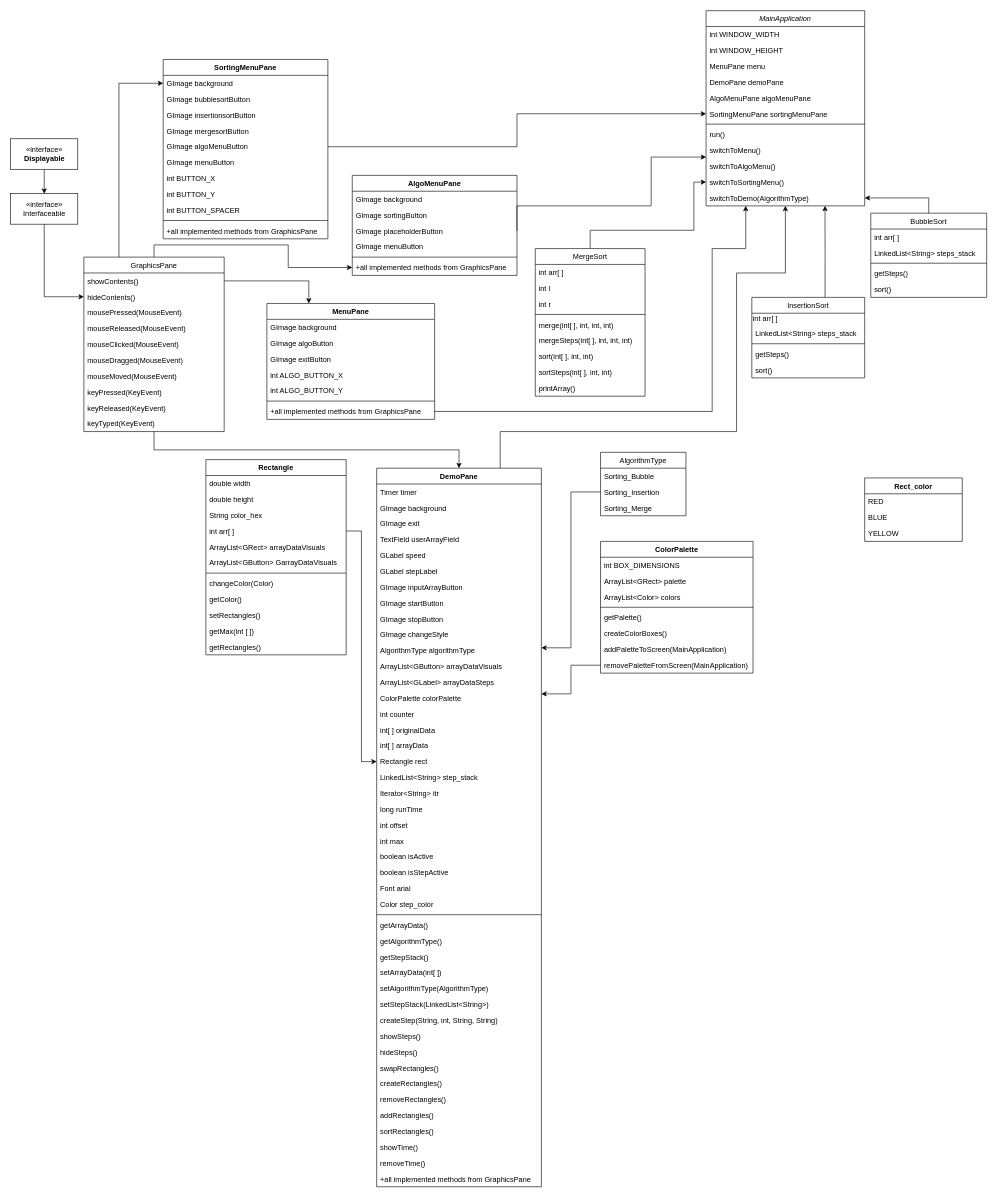
Prot0ast/Repository-Name keeps this draw.io diagram as Final Project - Class Diagram.drawio. Above is the earlier version. Source tidied: cells renumbered, new cells numbered last; positions are measured from the earlier drawing's top-left corner, leaving out a move shared by most shapes. Both pictures are drawn from the tidied source at 61%, with x=0, y=0 at pixel (10, 10).
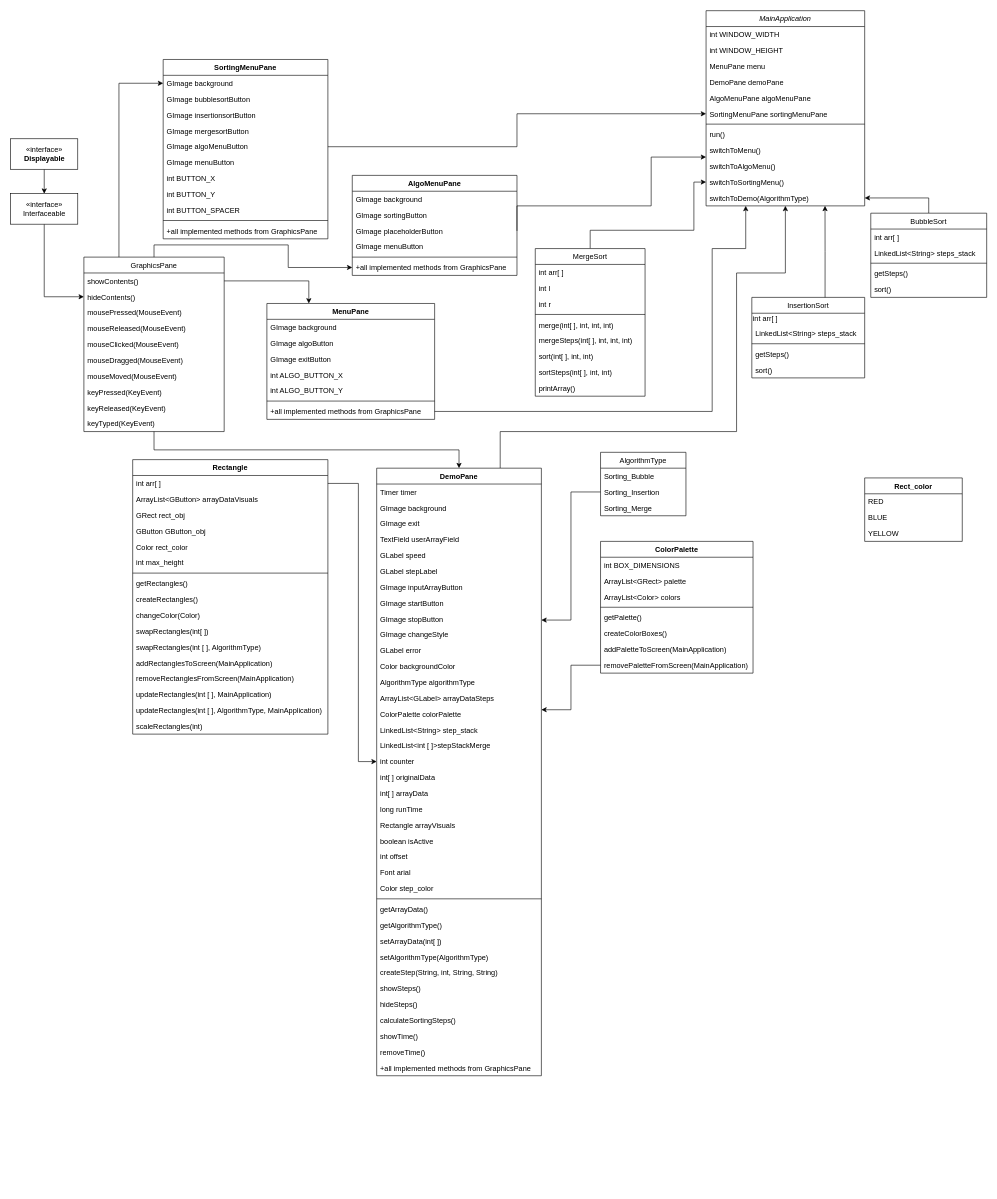
The same diagram, later.

The edit, as a diff of the source:
```diff
@@
     <mxCell id="54" value="Rectangle" style="swimlane;fontStyle=1;align=center;verticalAlign=top;horizontal=1;startSize=26;" parent="1" vertex="1">
-      <mxGeometry x="320" y="736" width="230" height="320" as="geometry" />
+      <mxGeometry x="200" y="736" width="320" height="450" as="geometry" />
     </mxCell>
-    <mxCell id="55" value="double width" style="text;strokeColor=none;fillColor=none;align=left;verticalAlign=top;spacingLeft=4;spacingRight=4;overflow=hidden;" parent="54" vertex="1">
-      <mxGeometry y="26" width="230" height="26" as="geometry" />
-    </mxCell>
-    <mxCell id="56" value="double height" style="text;strokeColor=none;fillColor=none;align=left;verticalAlign=top;spacingLeft=4;spacingRight=4;overflow=hidden;" parent="54" vertex="1">
-      <mxGeometry y="52" width="230" height="26" as="geometry" />
-    </mxCell>
-    <mxCell id="57" value="String color_hex" style="text;strokeColor=none;fillColor=none;align=left;verticalAlign=top;spacingLeft=4;spacingRight=4;overflow=hidden;" parent="54" vertex="1">
-      <mxGeometry y="78" width="230" height="26" as="geometry" />
-    </mxCell>
     <mxCell id="58" value="int arr[ ]" style="text;strokeColor=none;fillColor=none;align=left;verticalAlign=top;spacingLeft=4;spacingRight=4;overflow=hidden;points=[[0,0.5],[1,0.5]];portConstraint=eastwest;" parent="54" vertex="1">
-      <mxGeometry y="104" width="230" height="26" as="geometry" />
+      <mxGeometry y="26" width="320" height="26" as="geometry" />
     </mxCell>
-    <mxCell id="59" value="ArrayList&lt;GRect&gt; arrayDataVisuals" style="text;strokeColor=none;fillColor=none;align=left;verticalAlign=top;spacingLeft=4;spacingRight=4;overflow=hidden;" parent="54" vertex="1">
-      <mxGeometry y="130" width="230" height="26" as="geometry" />
-    </mxCell>
-    <mxCell id="60" value="ArrayList&lt;GButton&gt; GarrayDataVisuals" style="text;strokeColor=none;fillColor=none;align=left;verticalAlign=top;spacingLeft=4;spacingRight=4;overflow=hidden;" parent="54" vertex="1">
-      <mxGeometry y="156" width="230" height="26" as="geometry" />
+    <mxCell id="60" value="ArrayList&lt;GButton&gt; arrayDataVisuals" style="text;strokeColor=none;fillColor=none;align=left;verticalAlign=top;spacingLeft=4;spacingRight=4;overflow=hidden;" parent="54" vertex="1">
+      <mxGeometry y="52" width="320" height="26" as="geometry" />
     </mxCell>
+    <mxCell id="169" value="GRect rect_obj" style="text;strokeColor=none;fillColor=none;align=left;verticalAlign=top;spacingLeft=4;spacingRight=4;overflow=hidden;" parent="54" vertex="1">
+      <mxGeometry y="78" width="320" height="26" as="geometry" />
+    </mxCell>
+    <mxCell id="170" value="GButton GButton_obj" style="text;strokeColor=none;fillColor=none;align=left;verticalAlign=top;spacingLeft=4;spacingRight=4;overflow=hidden;" parent="54" vertex="1">
+      <mxGeometry y="104" width="320" height="26" as="geometry" />
+    </mxCell>
+    <mxCell id="171" value="Color rect_color" style="text;strokeColor=none;fillColor=none;align=left;verticalAlign=top;spacingLeft=4;spacingRight=4;overflow=hidden;" parent="54" vertex="1">
+      <mxGeometry y="130" width="320" height="26" as="geometry" />
+    </mxCell>
+    <mxCell id="172" value="int max_height" style="text;strokeColor=none;fillColor=none;align=left;verticalAlign=top;spacingLeft=4;spacingRight=4;overflow=hidden;" parent="54" vertex="1">
+      <mxGeometry y="156" width="320" height="26" as="geometry" />
+    </mxCell>
     <mxCell id="61" style="line;strokeWidth=1;fillColor=none;align=left;verticalAlign=middle;spacingTop=-1;spacingLeft=3;spacingRight=3;labelPosition=right;" parent="54" vertex="1">
-      <mxGeometry y="182" width="230" height="8" as="geometry" />
+      <mxGeometry y="182" width="320" height="8" as="geometry" />
     </mxCell>
+    <mxCell id="66" value="getRectangles()" style="text;strokeColor=none;fillColor=none;align=left;verticalAlign=top;spacingLeft=4;spacingRight=4;overflow=hidden;" parent="54" vertex="1">
+      <mxGeometry y="190" width="320" height="26" as="geometry" />
+    </mxCell>
+    <mxCell id="127" value="createRectangles()" style="text;strokeColor=none;fillColor=none;align=left;verticalAlign=top;spacingLeft=4;spacingRight=4;overflow=hidden;" parent="54" vertex="1">
+      <mxGeometry y="216" width="320" height="26" as="geometry" />
+    </mxCell>
     <mxCell id="62" value="changeColor(Color)" style="text;strokeColor=none;fillColor=none;align=left;verticalAlign=top;spacingLeft=4;spacingRight=4;overflow=hidden;" parent="54" vertex="1">
-      <mxGeometry y="190" width="230" height="26" as="geometry" />
+      <mxGeometry y="242" width="320" height="26" as="geometry" />
     </mxCell>
-    <mxCell id="63" value="getColor()" style="text;strokeColor=none;fillColor=none;align=left;verticalAlign=top;spacingLeft=4;spacingRight=4;overflow=hidden;" parent="54" vertex="1">
-      <mxGeometry y="216" width="230" height="26" as="geometry" />
-    </mxCell>
-    <mxCell id="64" value="setRectangles()" style="text;strokeColor=none;fillColor=none;align=left;verticalAlign=top;spacingLeft=4;spacingRight=4;overflow=hidden;" parent="54" vertex="1">
-      <mxGeometry y="242" width="230" height="26" as="geometry" />
-    </mxCell>
+    <mxCell id="173" value="swapRectangles(int[ ])" style="text;strokeColor=none;fillColor=none;align=left;verticalAlign=top;spacingLeft=4;spacingRight=4;overflow=hidden;" parent="54" vertex="1">
+      <mxGeometry y="268" width="320" height="26" as="geometry" />
+    </mxCell>
+    <mxCell id="174" value="swapRectangles(int [ ], AlgorithmType)" style="text;strokeColor=none;fillColor=none;align=left;verticalAlign=top;spacingLeft=4;spacingRight=4;overflow=hidden;" parent="54" vertex="1">
+      <mxGeometry y="294" width="320" height="26" as="geometry" />
+    </mxCell>
+    <mxCell id="175" value="addRectanglesToScreen(MainApplication)" style="text;strokeColor=none;fillColor=none;align=left;verticalAlign=top;spacingLeft=4;spacingRight=4;overflow=hidden;" parent="54" vertex="1">
+      <mxGeometry y="320" width="320" height="26" as="geometry" />
+    </mxCell>
+    <mxCell id="176" value="removeRectanglesFromScreen(MainApplication)" style="text;strokeColor=none;fillColor=none;align=left;verticalAlign=top;spacingLeft=4;spacingRight=4;overflow=hidden;" parent="54" vertex="1">
+      <mxGeometry y="346" width="320" height="26" as="geometry" />
+    </mxCell>
+    <mxCell id="177" value="updateRectangles(int [ ], MainApplication)" style="text;strokeColor=none;fillColor=none;align=left;verticalAlign=top;spacingLeft=4;spacingRight=4;overflow=hidden;" parent="54" vertex="1">
+      <mxGeometry y="372" width="320" height="26" as="geometry" />
+    </mxCell>
+    <mxCell id="178" value="updateRectangles(int [ ], AlgorithmType, MainApplication)" style="text;strokeColor=none;fillColor=none;align=left;verticalAlign=top;spacingLeft=4;spacingRight=4;overflow=hidden;" parent="54" vertex="1">
+      <mxGeometry y="398" width="320" height="26" as="geometry" />
+    </mxCell>
-    <mxCell id="65" value="getMax(int [ ])" style="text;strokeColor=none;fillColor=none;align=left;verticalAlign=top;spacingLeft=4;spacingRight=4;overflow=hidden;" parent="54" vertex="1">
-      <mxGeometry y="268" width="230" height="26" as="geometry" />
+    <mxCell id="65" value="scaleRectangles(int)" style="text;strokeColor=none;fillColor=none;align=left;verticalAlign=top;spacingLeft=4;spacingRight=4;overflow=hidden;" parent="54" vertex="1">
+      <mxGeometry y="424" width="320" height="26" as="geometry" />
     </mxCell>
-    <mxCell id="66" value="getRectangles()" style="text;strokeColor=none;fillColor=none;align=left;verticalAlign=top;spacingLeft=4;spacingRight=4;overflow=hidden;" parent="54" vertex="1">
-      <mxGeometry y="294" width="230" height="26" as="geometry" />
-    </mxCell>
@@
     <mxCell id="88" value="DemoPane" style="swimlane;fontStyle=1;align=center;verticalAlign=top;horizontal=1;startSize=26;" parent="1" vertex="1">
-      <mxGeometry x="600" y="750" width="270" height="1178" as="geometry" />
+      <mxGeometry x="600" y="750" width="270" height="996" as="geometry" />
     </mxCell>
@@
+    <mxCell id="179" value="GLabel error" style="text;strokeColor=none;fillColor=none;align=left;verticalAlign=top;spacingLeft=4;spacingRight=4;overflow=hidden;" parent="88" vertex="1">
+      <mxGeometry y="286" width="270" height="26" as="geometry" />
+    </mxCell>
+    <mxCell id="180" value="Color backgroundColor" style="text;strokeColor=none;fillColor=none;align=left;verticalAlign=top;spacingLeft=4;spacingRight=4;overflow=hidden;" parent="88" vertex="1">
+      <mxGeometry y="312" width="270" height="26" as="geometry" />
+    </mxCell>
     <mxCell id="99" value="AlgorithmType algorithmType" style="text;strokeColor=none;fillColor=none;align=left;verticalAlign=top;spacingLeft=4;spacingRight=4;overflow=hidden;" parent="88" vertex="1">
-      <mxGeometry y="286" width="270" height="26" as="geometry" />
+      <mxGeometry y="338" width="270" height="26" as="geometry" />
     </mxCell>
-    <mxCell id="100" value="ArrayList&lt;GButton&gt; arrayDataVisuals" style="text;strokeColor=none;fillColor=none;align=left;verticalAlign=top;spacingLeft=4;spacingRight=4;overflow=hidden;" parent="88" vertex="1">
-      <mxGeometry y="312" width="270" height="26" as="geometry" />
-    </mxCell>
     <mxCell id="101" value="ArrayList&lt;GLabel&gt; arrayDataSteps" style="text;strokeColor=none;fillColor=none;align=left;verticalAlign=top;spacingLeft=4;spacingRight=4;overflow=hidden;" parent="88" vertex="1">
-      <mxGeometry y="338" width="270" height="26" as="geometry" />
+      <mxGeometry y="364" width="270" height="26" as="geometry" />
     </mxCell>
     <mxCell id="102" value="ColorPalette colorPalette" style="text;strokeColor=none;fillColor=none;align=left;verticalAlign=top;spacingLeft=4;spacingRight=4;overflow=hidden;points=[[0,0.5],[1,0.5]];portConstraint=eastwest;" parent="88" vertex="1">
-      <mxGeometry y="364" width="270" height="26" as="geometry" />
+      <mxGeometry y="390" width="270" height="26" as="geometry" />
     </mxCell>
+    <mxCell id="107" value="LinkedList&lt;String&gt; step_stack" style="text;strokeColor=none;fillColor=none;align=left;verticalAlign=top;spacingLeft=4;spacingRight=4;overflow=hidden;" parent="88" vertex="1">
+      <mxGeometry y="416" width="270" height="26" as="geometry" />
+    </mxCell>
+    <mxCell id="181" value="LinkedList&lt;int [ ]&gt;stepStackMerge" style="text;strokeColor=none;fillColor=none;align=left;verticalAlign=top;spacingLeft=4;spacingRight=4;overflow=hidden;" parent="88" vertex="1">
+      <mxGeometry y="442" width="270" height="26" as="geometry" />
+    </mxCell>
     <mxCell id="103" value="int counter" style="text;strokeColor=none;fillColor=none;align=left;verticalAlign=top;spacingLeft=4;spacingRight=4;overflow=hidden;" parent="88" vertex="1">
-      <mxGeometry y="390" width="270" height="26" as="geometry" />
+      <mxGeometry y="468" width="270" height="26" as="geometry" />
     </mxCell>
     <mxCell id="104" value="int[ ] originalData" style="text;strokeColor=none;fillColor=none;align=left;verticalAlign=top;spacingLeft=4;spacingRight=4;overflow=hidden;" parent="88" vertex="1">
-      <mxGeometry y="416" width="270" height="26" as="geometry" />
+      <mxGeometry y="494" width="270" height="26" as="geometry" />
     </mxCell>
     <mxCell id="105" value="int[ ] arrayData" style="text;strokeColor=none;fillColor=none;align=left;verticalAlign=top;spacingLeft=4;spacingRight=4;overflow=hidden;" parent="88" vertex="1">
-      <mxGeometry y="442" width="270" height="26" as="geometry" />
+      <mxGeometry y="520" width="270" height="26" as="geometry" />
     </mxCell>
-    <mxCell id="106" value="Rectangle rect" style="text;strokeColor=none;fillColor=none;align=left;verticalAlign=top;spacingLeft=4;spacingRight=4;overflow=hidden;points=[[0,0.5],[1,0.5]];portConstraint=eastwest;" parent="88" vertex="1">
-      <mxGeometry y="468" width="270" height="26" as="geometry" />
-    </mxCell>
-    <mxCell id="107" value="LinkedList&lt;String&gt; step_stack" style="text;strokeColor=none;fillColor=none;align=left;verticalAlign=top;spacingLeft=4;spacingRight=4;overflow=hidden;" parent="88" vertex="1">
-      <mxGeometry y="494" width="270" height="26" as="geometry" />
-    </mxCell>
-    <mxCell id="108" value="Iterator&lt;String&gt; itr" style="text;strokeColor=none;fillColor=none;align=left;verticalAlign=top;spacingLeft=4;spacingRight=4;overflow=hidden;" parent="88" vertex="1">
-      <mxGeometry y="520" width="270" height="26" as="geometry" />
-    </mxCell>
@@
+    <mxCell id="182" value="Rectangle arrayVisuals" style="text;strokeColor=none;fillColor=none;align=left;verticalAlign=top;spacingLeft=4;spacingRight=4;overflow=hidden;" parent="88" vertex="1">
+      <mxGeometry y="572" width="270" height="26" as="geometry" />
+    </mxCell>
+    <mxCell id="112" value="boolean isActive" style="text;strokeColor=none;fillColor=none;align=left;verticalAlign=top;spacingLeft=4;spacingRight=4;overflow=hidden;" parent="88" vertex="1">
+      <mxGeometry y="598" width="270" height="26" as="geometry" />
+    </mxCell>
     <mxCell id="110" value="int offset" style="text;strokeColor=none;fillColor=none;align=left;verticalAlign=top;spacingLeft=4;spacingRight=4;overflow=hidden;" parent="88" vertex="1">
-      <mxGeometry y="572" width="270" height="26" as="geometry" />
+      <mxGeometry y="624" width="270" height="26" as="geometry" />
     </mxCell>
-    <mxCell id="111" value="int max" style="text;strokeColor=none;fillColor=none;align=left;verticalAlign=top;spacingLeft=4;spacingRight=4;overflow=hidden;" parent="88" vertex="1">
-      <mxGeometry y="598" width="270" height="26" as="geometry" />
-    </mxCell>
-    <mxCell id="112" value="boolean isActive" style="text;strokeColor=none;fillColor=none;align=left;verticalAlign=top;spacingLeft=4;spacingRight=4;overflow=hidden;" parent="88" vertex="1">
-      <mxGeometry y="624" width="270" height="26" as="geometry" />
-    </mxCell>
-    <mxCell id="113" value="boolean isStepActive" style="text;strokeColor=none;fillColor=none;align=left;verticalAlign=top;spacingLeft=4;spacingRight=4;overflow=hidden;" parent="88" vertex="1">
-      <mxGeometry y="650" width="270" height="26" as="geometry" />
-    </mxCell>
     <mxCell id="114" value="Font arial" style="text;strokeColor=none;fillColor=none;align=left;verticalAlign=top;spacingLeft=4;spacingRight=4;overflow=hidden;" parent="88" vertex="1">
-      <mxGeometry y="676" width="270" height="26" as="geometry" />
+      <mxGeometry y="650" width="270" height="26" as="geometry" />
     </mxCell>
     <mxCell id="115" value="Color step_color" style="text;strokeColor=none;fillColor=none;align=left;verticalAlign=top;spacingLeft=4;spacingRight=4;overflow=hidden;" parent="88" vertex="1">
-      <mxGeometry y="702" width="270" height="26" as="geometry" />
+      <mxGeometry y="676" width="270" height="26" as="geometry" />
     </mxCell>
     <mxCell id="116" style="line;strokeWidth=1;fillColor=none;align=left;verticalAlign=middle;spacingTop=-1;spacingLeft=3;spacingRight=3;labelPosition=right;" parent="88" vertex="1">
-      <mxGeometry y="728" width="270" height="8" as="geometry" />
+      <mxGeometry y="702" width="270" height="8" as="geometry" />
     </mxCell>
     <mxCell id="117" value="getArrayData()" style="text;strokeColor=none;fillColor=none;align=left;verticalAlign=top;spacingLeft=4;spacingRight=4;overflow=hidden;" parent="88" vertex="1">
-      <mxGeometry y="736" width="270" height="26" as="geometry" />
+      <mxGeometry y="710" width="270" height="26" as="geometry" />
     </mxCell>
     <mxCell id="118" value="getAlgorithmType()" style="text;strokeColor=none;fillColor=none;align=left;verticalAlign=top;spacingLeft=4;spacingRight=4;overflow=hidden;" parent="88" vertex="1">
-      <mxGeometry y="762" width="270" height="26" as="geometry" />
+      <mxGeometry y="736" width="270" height="26" as="geometry" />
     </mxCell>
-    <mxCell id="119" value="getStepStack()" style="text;strokeColor=none;fillColor=none;align=left;verticalAlign=top;spacingLeft=4;spacingRight=4;overflow=hidden;" parent="88" vertex="1">
-      <mxGeometry y="788" width="270" height="26" as="geometry" />
-    </mxCell>
     <mxCell id="120" value="setArrayData(int[ ])" style="text;strokeColor=none;fillColor=none;align=left;verticalAlign=top;spacingLeft=4;spacingRight=4;overflow=hidden;" parent="88" vertex="1">
-      <mxGeometry y="814" width="270" height="26" as="geometry" />
+      <mxGeometry y="762" width="270" height="26" as="geometry" />
     </mxCell>
     <mxCell id="121" value="setAlgorithmType(AlgorithmType)" style="text;strokeColor=none;fillColor=none;align=left;verticalAlign=top;spacingLeft=4;spacingRight=4;overflow=hidden;" parent="88" vertex="1">
-      <mxGeometry y="840" width="270" height="26" as="geometry" />
+      <mxGeometry y="788" width="270" height="26" as="geometry" />
     </mxCell>
-    <mxCell id="122" value="setStepStack(LinkedList&lt;String&gt;)" style="text;strokeColor=none;fillColor=none;align=left;verticalAlign=top;spacingLeft=4;spacingRight=4;overflow=hidden;" parent="88" vertex="1">
-      <mxGeometry y="866" width="270" height="26" as="geometry" />
-    </mxCell>
     <mxCell id="123" value="createStep(String, int, String, String)" style="text;strokeColor=none;fillColor=none;align=left;verticalAlign=top;spacingLeft=4;spacingRight=4;overflow=hidden;" parent="88" vertex="1">
-      <mxGeometry y="892" width="270" height="26" as="geometry" />
+      <mxGeometry y="814" width="270" height="26" as="geometry" />
     </mxCell>
     <mxCell id="124" value="showSteps()" style="text;strokeColor=none;fillColor=none;align=left;verticalAlign=top;spacingLeft=4;spacingRight=4;overflow=hidden;" parent="88" vertex="1">
-      <mxGeometry y="918" width="270" height="26" as="geometry" />
+      <mxGeometry y="840" width="270" height="26" as="geometry" />
     </mxCell>
     <mxCell id="125" value="hideSteps()" style="text;strokeColor=none;fillColor=none;align=left;verticalAlign=top;spacingLeft=4;spacingRight=4;overflow=hidden;" parent="88" vertex="1">
-      <mxGeometry y="944" width="270" height="26" as="geometry" />
+      <mxGeometry y="866" width="270" height="26" as="geometry" />
     </mxCell>
-    <mxCell id="126" value="swapRectangles()" style="text;strokeColor=none;fillColor=none;align=left;verticalAlign=top;spacingLeft=4;spacingRight=4;overflow=hidden;" parent="88" vertex="1">
-      <mxGeometry y="970" width="270" height="26" as="geometry" />
-    </mxCell>
-    <mxCell id="127" value="createRectangles()" style="text;strokeColor=none;fillColor=none;align=left;verticalAlign=top;spacingLeft=4;spacingRight=4;overflow=hidden;" parent="88" vertex="1">
-      <mxGeometry y="996" width="270" height="26" as="geometry" />
-    </mxCell>
-    <mxCell id="128" value="removeRectangles()" style="text;strokeColor=none;fillColor=none;align=left;verticalAlign=top;spacingLeft=4;spacingRight=4;overflow=hidden;" parent="88" vertex="1">
-      <mxGeometry y="1022" width="270" height="26" as="geometry" />
-    </mxCell>
-    <mxCell id="129" value="addRectangles()" style="text;strokeColor=none;fillColor=none;align=left;verticalAlign=top;spacingLeft=4;spacingRight=4;overflow=hidden;" parent="88" vertex="1">
-      <mxGeometry y="1048" width="270" height="26" as="geometry" />
-    </mxCell>
-    <mxCell id="130" value="sortRectangles()" style="text;strokeColor=none;fillColor=none;align=left;verticalAlign=top;spacingLeft=4;spacingRight=4;overflow=hidden;" parent="88" vertex="1">
-      <mxGeometry y="1074" width="270" height="26" as="geometry" />
-    </mxCell>
+    <mxCell id="183" value="calculateSortingSteps()" style="text;strokeColor=none;fillColor=none;align=left;verticalAlign=top;spacingLeft=4;spacingRight=4;overflow=hidden;" parent="88" vertex="1">
+      <mxGeometry y="892" width="270" height="26" as="geometry" />
+    </mxCell>
     <mxCell id="131" value="showTime()" style="text;strokeColor=none;fillColor=none;align=left;verticalAlign=top;spacingLeft=4;spacingRight=4;overflow=hidden;" parent="88" vertex="1">
-      <mxGeometry y="1100" width="270" height="26" as="geometry" />
+      <mxGeometry y="918" width="270" height="26" as="geometry" />
     </mxCell>
     <mxCell id="132" value="removeTime()" style="text;strokeColor=none;fillColor=none;align=left;verticalAlign=top;spacingLeft=4;spacingRight=4;overflow=hidden;" parent="88" vertex="1">
-      <mxGeometry y="1126" width="270" height="26" as="geometry" />
+      <mxGeometry y="944" width="270" height="26" as="geometry" />
     </mxCell>
     <mxCell id="133" value="+all implemented methods from GraphicsPane" style="text;strokeColor=none;fillColor=none;align=left;verticalAlign=top;spacingLeft=4;spacingRight=4;overflow=hidden;" parent="88" vertex="1">
-      <mxGeometry y="1152" width="270" height="26" as="geometry" />
+      <mxGeometry y="970" width="270" height="26" as="geometry" />
     </mxCell>
@@
-    <mxCell id="165" style="edgeStyle=orthogonalEdgeStyle;rounded=0;jettySize=auto;html=1;exitX=1;exitY=0.5;exitDx=0;exitDy=0;entryX=0;entryY=0.5;entryDx=0;entryDy=0;" parent="1" edge="1" source="58" target="106">
-      <mxGeometry relative="1" as="geometry" />
+    <mxCell id="165" style="edgeStyle=orthogonalEdgeStyle;rounded=0;jettySize=auto;html=1;exitX=1;exitY=0.5;exitDx=0;exitDy=0;entryX=0;entryY=0.5;entryDx=0;entryDy=0;" parent="1" edge="1" source="58">
+      <mxGeometry relative="1" as="geometry">
+        <mxPoint x="600" y="1231" as="targetPoint" />
+        <Array as="points">
+          <mxPoint x="570" y="775" />
+          <mxPoint x="570" y="1231" />
+        </Array>
+      </mxGeometry>
     </mxCell>
```
